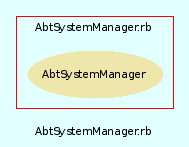
Before: src/trunk/doc/dot/f_7.png, a diagram exported from Graphviz (eschabell/abtlinux). Its source is kept beside it as src/trunk/doc/dot/f_7.dot.
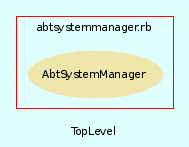
After the commit.

Change to the diagram source:
```diff
@@ -3,7 +3,7 @@
     bgcolor = lightcyan1
     fontname = Arial
     fontsize = 8
-    label = "AbtSystemManager.rb"
+    label = "TopLevel"
     node [
         fontname = Arial,
         fontsize = 8,
@@ -13,7 +13,7 @@
     subgraph cluster_8 {
         fontname = Arial
         color = red
-        label = "AbtSystemManager.rb"
+        label = "abtsystemmanager.rb"
         AbtSystemManager [
             fontcolor = black,
             URL = "classes/AbtSystemManager.html",
```
